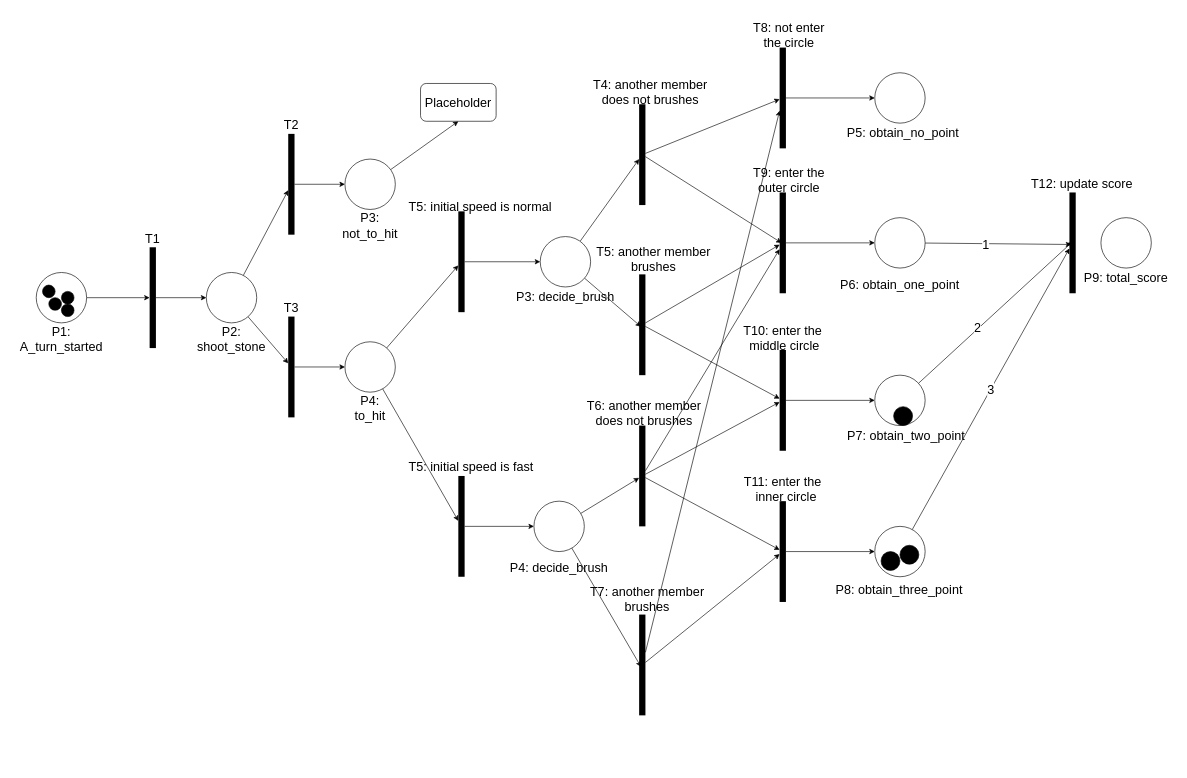
wkng0/heyy keeps this draw.io diagram as 3100asmt3Q2.2.drawio. Above is the earlier version. Source tidied: cells renumbered, new cells numbered last; positions are measured from the earlier drawing's top-left corner, leaving out a move shared by most shapes. Both pictures are drawn from the tidied source at 63%, with x=0, y=0 at pixel (11, 22).
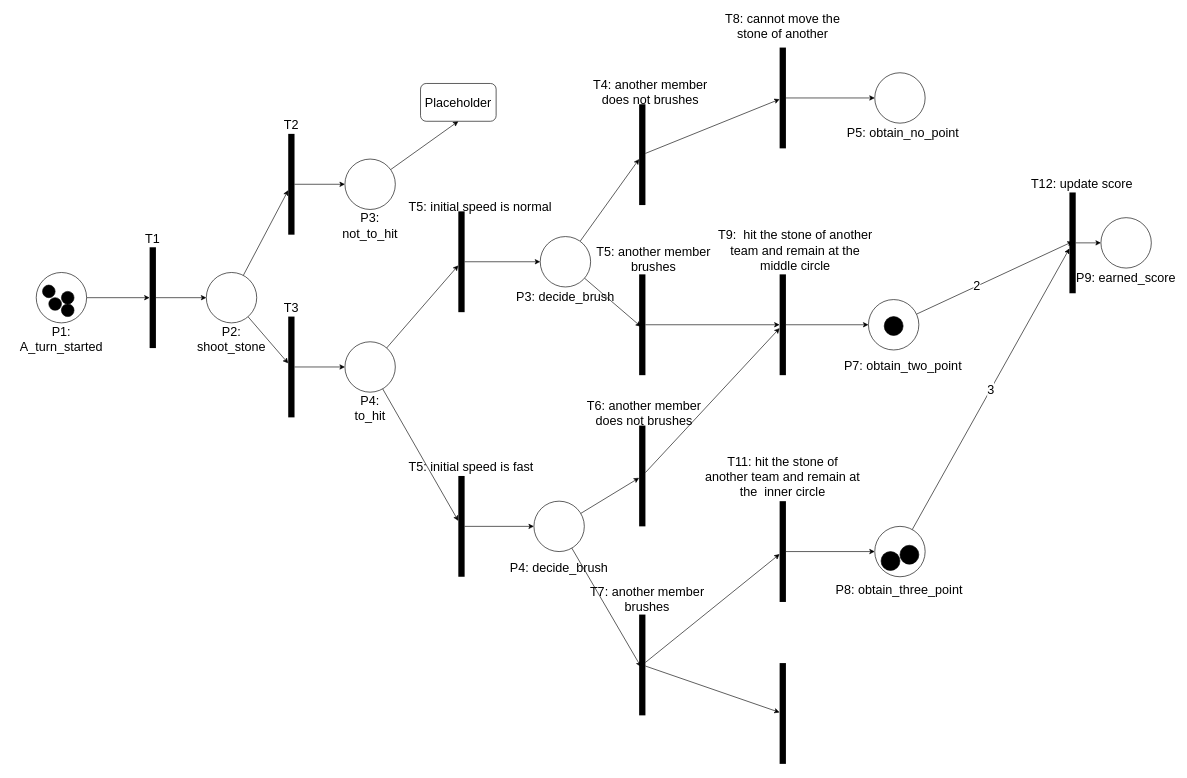
Above is the later version.

Unchanged cells that the change refers to:
```xml
<mxCell id="41" style="line;strokeWidth=10;direction=south;html=1;fontSize=20;fillColor=#FFFFFF;" parent="1" vertex="1">
  <mxGeometry x="997" y="130" width="10" height="160" as="geometry" />
</mxCell>
<mxCell id="44" style="line;strokeWidth=10;direction=south;html=1;fontSize=20;fillColor=#FFFFFF;" parent="1" vertex="1">
  <mxGeometry x="997" y="400" width="10" height="160" as="geometry" />
</mxCell>
<mxCell id="52" style="line;strokeWidth=10;direction=south;html=1;fontSize=20;fillColor=#FFFFFF;" parent="1" vertex="1">
  <mxGeometry x="997" y="640" width="10" height="160" as="geometry" />
</mxCell>
<mxCell id="55" style="line;strokeWidth=10;direction=south;html=1;fontSize=20;fillColor=#FFFFFF;" parent="1" vertex="1">
  <mxGeometry x="997" y="940" width="10" height="160" as="geometry" />
</mxCell>
<mxCell id="66" style="ellipse;whiteSpace=wrap;html=1;fontSize=20;strokeWidth=1;fillColor=#FFFFFF;" parent="1" vertex="1">
  <mxGeometry x="1730" y="310" width="80" height="80" as="geometry" />
</mxCell>
<mxCell id="69" style="line;strokeWidth=10;direction=south;html=1;fontSize=20;fillColor=#FFFFFF;" parent="1" vertex="1">
  <mxGeometry x="1220" y="40" width="10" height="160" as="geometry" />
</mxCell>
<mxCell id="81" style="line;strokeWidth=10;direction=south;html=1;fontSize=20;fillColor=#FFFFFF;" parent="1" vertex="1">
  <mxGeometry x="1680" y="270" width="10" height="160" as="geometry" />
</mxCell>
<mxCell id="84" style="line;strokeWidth=10;direction=south;html=1;fontSize=20;fillColor=#FFFFFF;" parent="1" vertex="1">
  <mxGeometry x="1220" y="760" width="10" height="160" as="geometry" />
</mxCell>
```

The edit, as a diff of the source:
```diff
@@
-    <mxCell id="39" style="edgeStyle=none;rounded=0;jettySize=auto;html=1;fontSize=20;entryX=0.5;entryY=0.7;entryDx=0;entryDy=0;entryPerimeter=0;" parent="1" edge="1" source="41" target="61">
-      <mxGeometry relative="1" as="geometry" />
-    </mxCell>
@@
-    <mxCell id="42" style="edgeStyle=none;rounded=0;jettySize=auto;html=1;fontSize=20;" parent="1" edge="1" source="44" target="61">
-      <mxGeometry relative="1" as="geometry" />
-    </mxCell>
@@
-    <mxCell id="49" style="edgeStyle=none;rounded=0;jettySize=auto;html=1;fontSize=20;" parent="1" edge="1" source="52">
-      <mxGeometry relative="1" as="geometry">
-        <mxPoint x="1220" y="360" as="targetPoint" />
-      </mxGeometry>
-    </mxCell>
@@
-    <mxCell id="51" style="edgeStyle=none;rounded=0;jettySize=auto;html=1;fontSize=20;" parent="1" edge="1" source="52" target="84">
-      <mxGeometry relative="1" as="geometry" />
-    </mxCell>
@@
-    <mxCell id="54" style="edgeStyle=none;rounded=0;jettySize=auto;html=1;fontSize=20;" parent="1" edge="1" source="55" target="69">
-      <mxGeometry relative="1" as="geometry" />
-    </mxCell>
+    <mxCell id="93" style="edgeStyle=none;rounded=0;jettySize=auto;html=1;fontSize=20;" parent="1" edge="1" source="55" target="95">
+      <mxGeometry relative="1" as="geometry" />
+    </mxCell>
@@
-    <mxCell id="60" style="edgeStyle=none;rounded=0;jettySize=auto;html=1;fontSize=20;" parent="1" edge="1" source="61" target="64">
-      <mxGeometry relative="1" as="geometry" />
-    </mxCell>
-    <mxCell id="61" style="line;strokeWidth=10;direction=south;html=1;fontSize=20;fillColor=#FFFFFF;" parent="1" vertex="1">
-      <mxGeometry x="1220" y="270" width="10" height="160" as="geometry" />
-    </mxCell>
-    <mxCell id="62" style="edgeStyle=none;rounded=0;jettySize=auto;html=1;entryX=0.516;entryY=0.712;entryDx=0;entryDy=0;entryPerimeter=0;fontSize=20;" parent="1" edge="1" source="64" target="81">
-      <mxGeometry relative="1" as="geometry" />
-    </mxCell>
-    <mxCell id="63" value="1" style="edgeLabel;html=1;align=center;verticalAlign=middle;fontSize=20;" parent="62" vertex="1">
-      <mxGeometry x="-0.17" y="-1" relative="1" as="geometry" />
-    </mxCell>
-    <mxCell id="64" style="ellipse;whiteSpace=wrap;html=1;fontSize=20;strokeWidth=1;fillColor=#FFFFFF;" parent="1" vertex="1">
-      <mxGeometry x="1371" y="310" width="80" height="80" as="geometry" />
-    </mxCell>
-    <mxCell id="65" value="P6: obtain_one_point" style="text;html=1;strokeColor=none;fillColor=none;align=center;verticalAlign=middle;whiteSpace=wrap;rounded=0;fontSize=20;" parent="1" vertex="1">
-      <mxGeometry x="1301" y="400" width="220" height="30" as="geometry" />
-    </mxCell>
@@
-    <mxCell id="67" value="P9: total_score" style="text;html=1;strokeColor=none;fillColor=none;align=center;verticalAlign=middle;whiteSpace=wrap;rounded=0;fontSize=20;" parent="1" vertex="1">
+    <mxCell id="67" value="P9: earned_score" style="text;html=1;strokeColor=none;fillColor=none;align=center;verticalAlign=middle;whiteSpace=wrap;rounded=0;fontSize=20;" parent="1" vertex="1">
       <mxGeometry x="1690" y="390" width="160" height="30" as="geometry" />
     </mxCell>
@@
-    <mxCell id="70" value="T8: not enter the circle" style="text;html=1;strokeColor=none;fillColor=none;align=center;verticalAlign=middle;whiteSpace=wrap;rounded=0;fontSize=20;" parent="1" vertex="1">
-      <mxGeometry x="1170" width="130" height="40" as="geometry" />
+    <mxCell id="70" value="T8: cannot move the stone of another" style="text;html=1;strokeColor=none;fillColor=none;align=center;verticalAlign=middle;whiteSpace=wrap;rounded=0;fontSize=20;" parent="1" vertex="1">
+      <mxGeometry x="1125" y="-13" width="200" height="37" as="geometry" />
     </mxCell>
@@
-    <mxCell id="73" value="T9: enter the outer circle" style="text;html=1;strokeColor=none;fillColor=none;align=center;verticalAlign=middle;whiteSpace=wrap;rounded=0;fontSize=20;" parent="1" vertex="1">
-      <mxGeometry x="1170" y="230" width="130" height="40" as="geometry" />
+    <mxCell id="73" value="T9: &amp;nbsp;hit the stone of another team and remain at the middle circle" style="text;html=1;strokeColor=none;fillColor=none;align=center;verticalAlign=middle;whiteSpace=wrap;rounded=0;fontSize=20;" parent="1" vertex="1">
+      <mxGeometry x="1120" y="337" width="250" height="47" as="geometry" />
     </mxCell>
@@
     <mxCell id="75" style="line;strokeWidth=10;direction=south;html=1;fontSize=20;fillColor=#FFFFFF;" parent="1" vertex="1">
-      <mxGeometry x="1220" y="520" width="10" height="160" as="geometry" />
+      <mxGeometry x="1220" y="400" width="10" height="160" as="geometry" />
     </mxCell>
-    <mxCell id="76" value="T10: enter the &amp;nbsp;middle circle" style="text;html=1;strokeColor=none;fillColor=none;align=center;verticalAlign=middle;whiteSpace=wrap;rounded=0;fontSize=20;" parent="1" vertex="1">
-      <mxGeometry x="1160" y="480" width="130" height="40" as="geometry" />
-    </mxCell>
@@
     <mxCell id="79" style="ellipse;whiteSpace=wrap;html=1;fontSize=20;strokeWidth=1;fillColor=#FFFFFF;" parent="1" vertex="1">
-      <mxGeometry x="1371" y="560" width="80" height="80" as="geometry" />
+      <mxGeometry x="1361" y="440" width="80" height="80" as="geometry" />
     </mxCell>
     <mxCell id="80" value="P7: obtain_two_point" style="text;html=1;strokeColor=none;fillColor=none;align=center;verticalAlign=middle;whiteSpace=wrap;rounded=0;fontSize=20;" parent="1" vertex="1">
-      <mxGeometry x="1311" y="640" width="220" height="30" as="geometry" />
+      <mxGeometry x="1306" y="530" width="220" height="30" as="geometry" />
     </mxCell>
+    <mxCell id="94" style="edgeStyle=none;rounded=0;jettySize=auto;html=1;fontSize=20;" parent="1" edge="1" source="81" target="66">
+      <mxGeometry relative="1" as="geometry" />
+    </mxCell>
@@
-    <mxCell id="85" value="T11: enter the &amp;nbsp; inner circle" style="text;html=1;strokeColor=none;fillColor=none;align=center;verticalAlign=middle;whiteSpace=wrap;rounded=0;fontSize=20;" parent="1" vertex="1">
-      <mxGeometry x="1160" y="720" width="130" height="40" as="geometry" />
+    <mxCell id="85" value="T11: hit the stone of another team and remain at the &amp;nbsp;inner circle" style="text;html=1;strokeColor=none;fillColor=none;align=center;verticalAlign=middle;whiteSpace=wrap;rounded=0;fontSize=20;" parent="1" vertex="1">
+      <mxGeometry x="1100" y="693.5" width="250" height="53" as="geometry" />
     </mxCell>
@@
     <mxCell id="89" style="ellipse;whiteSpace=wrap;html=1;fontSize=20;strokeWidth=1;fillColor=#000000;" parent="1" vertex="1">
-      <mxGeometry x="1401" y="610" width="30" height="30" as="geometry" />
+      <mxGeometry x="1386" y="467" width="30" height="30" as="geometry" />
     </mxCell>
@@
+    <mxCell id="95" style="line;strokeWidth=10;direction=south;html=1;fontSize=20;fillColor=#FFFFFF;" parent="1" vertex="1">
+      <mxGeometry x="1220" y="1017" width="10" height="160" as="geometry" />
+    </mxCell>
```
